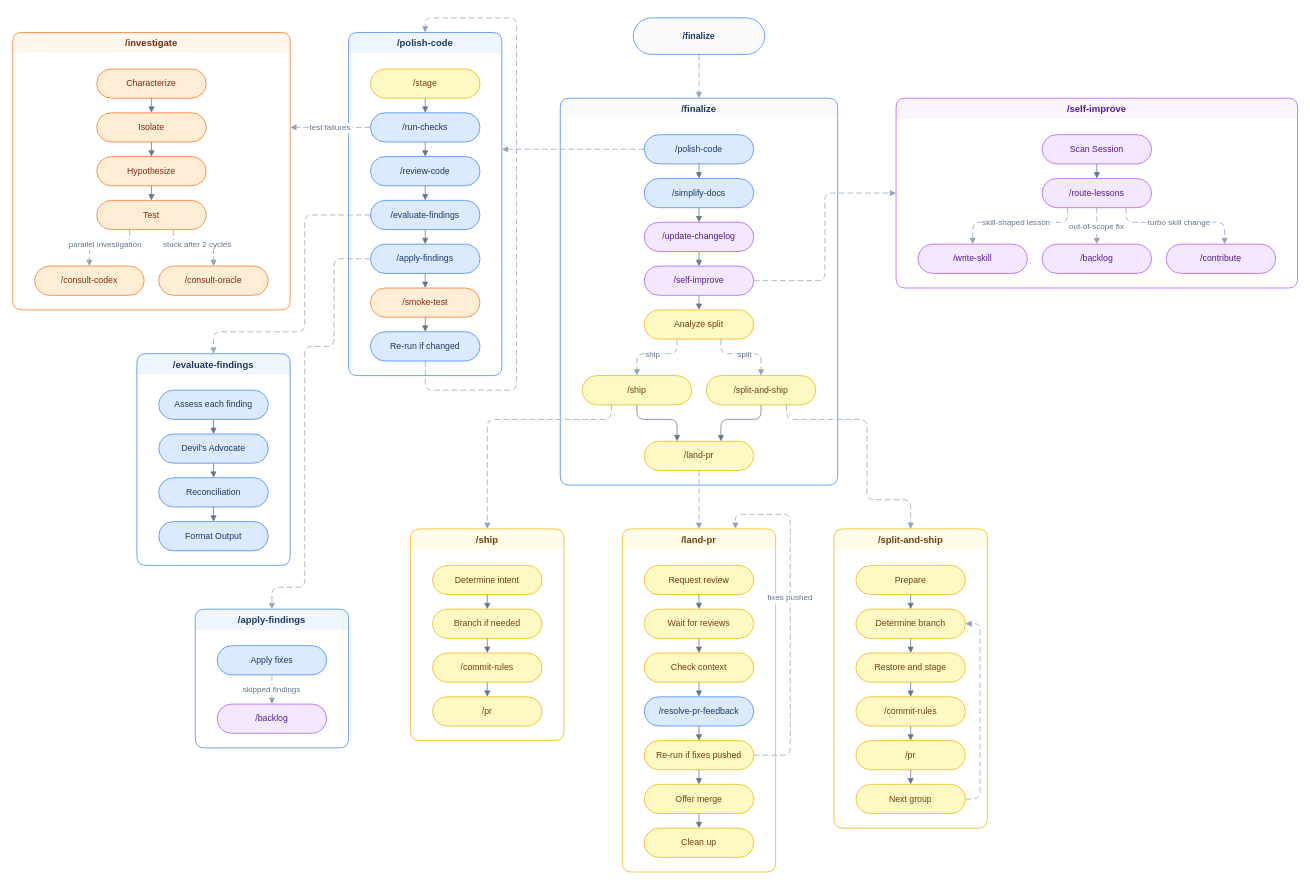
Before: assets/how-finalize-connects.drawio in tobihagemann/turbo, a draw.io diagram. Source tidied: cells renumbered, new cells numbered last; positions are measured from the earlier drawing's top-left corner, leaving out a move shared by most shapes. Both pictures are drawn from the tidied source at 73%, with x=0, y=0 at pixel (12, 18).
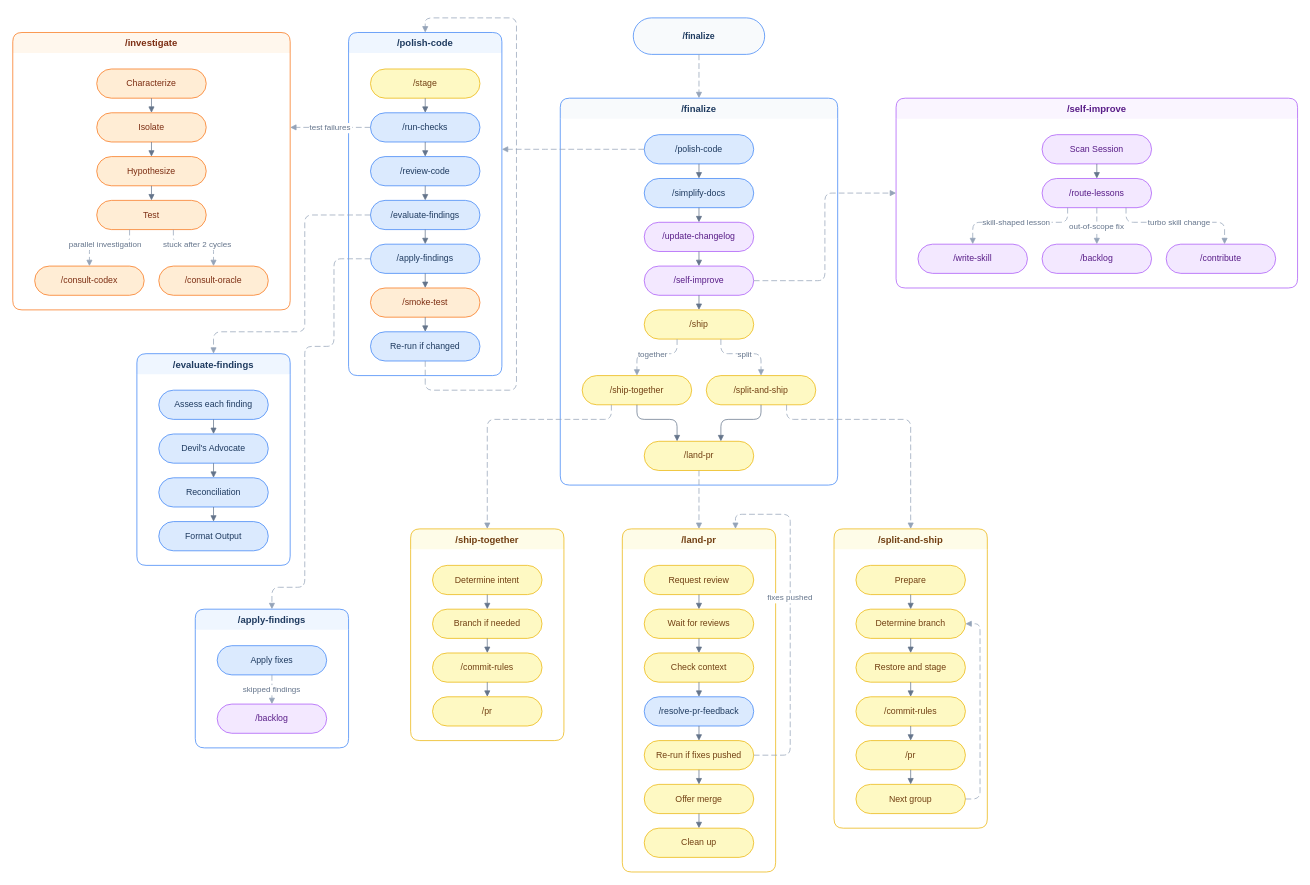
After the change.

The change refers to these unchanged cells:
```xml
<mxCell id="4" value="/finalize" style="swimlane;startSize=28;rounded=1;fillColor=#f8fafc;strokeColor=#3b82f6;fontColor=#1e3a5f;fontStyle=1;fontSize=13;swimlaneLine=0;" parent="1" vertex="1">
  <mxGeometry x="750" y="110" width="380" height="530" as="geometry" />
</mxCell>
<mxCell id="11" value="/split-and-ship" style="rounded=1;whiteSpace=wrap;html=1;arcSize=50;fillColor=#fef9c3;strokeColor=#eab308;fontColor=#713f12;fontSize=12;" parent="4" vertex="1">
  <mxGeometry x="200" y="380" width="150" height="40" as="geometry" />
</mxCell>
<mxCell id="78" value="/split-and-ship" style="swimlane;startSize=28;rounded=1;fillColor=#fefce8;strokeColor=#eab308;fontColor=#713f12;fontStyle=1;fontSize=13;swimlaneLine=0;" parent="1" vertex="1">
  <mxGeometry x="1125" y="700" width="210" height="410" as="geometry" />
</mxCell>
```

The edit, as a diff of the source:
```diff
@@
-    <mxCell id="9" value="Analyze split" style="rounded=1;whiteSpace=wrap;html=1;arcSize=50;fillColor=#fef9c3;strokeColor=#eab308;fontColor=#713f12;fontSize=12;" parent="4" vertex="1">
+    <mxCell id="9" value="/ship" style="rounded=1;whiteSpace=wrap;html=1;arcSize=50;fillColor=#fef9c3;strokeColor=#eab308;fontColor=#713f12;fontSize=12;" parent="4" vertex="1">
       <mxGeometry x="115" y="290" width="150" height="40" as="geometry" />
     </mxCell>
-    <mxCell id="10" value="/ship" style="rounded=1;whiteSpace=wrap;html=1;arcSize=50;fillColor=#fef9c3;strokeColor=#eab308;fontColor=#713f12;fontSize=12;" parent="4" vertex="1">
+    <mxCell id="10" value="/ship-together" style="rounded=1;whiteSpace=wrap;html=1;arcSize=50;fillColor=#fef9c3;strokeColor=#eab308;fontColor=#713f12;fontSize=12;" parent="4" vertex="1">
       <mxGeometry x="30" y="380" width="150" height="40" as="geometry" />
     </mxCell>
@@
-    <mxCell id="16" value="ship" style="dashed=1;dashPattern=8 4;endArrow=block;endFill=1;rounded=1;edgeStyle=orthogonalEdgeStyle;strokeColor=#94a3b8;fontSize=11;fontColor=#64748b;" parent="4" edge="1" source="9" target="10">
+    <mxCell id="16" value="together" style="dashed=1;dashPattern=8 4;endArrow=block;endFill=1;rounded=1;edgeStyle=orthogonalEdgeStyle;strokeColor=#94a3b8;fontSize=11;fontColor=#64748b;" parent="4" edge="1" source="9" target="10">
       <mxGeometry relative="1" as="geometry">
         <Array as="points">
           <mxPoint x="160" y="350" />
           <mxPoint x="105" y="350" />
         </Array>
       </mxGeometry>
     </mxCell>
@@
-    <mxCell id="70" value="/ship" style="swimlane;startSize=28;rounded=1;fillColor=#fefce8;strokeColor=#eab308;fontColor=#713f12;fontStyle=1;fontSize=13;swimlaneLine=0;" parent="1" vertex="1">
+    <mxCell id="70" value="/ship-together" style="swimlane;startSize=28;rounded=1;fillColor=#fefce8;strokeColor=#eab308;fontColor=#713f12;fontStyle=1;fontSize=13;swimlaneLine=0;" parent="1" vertex="1">
       <mxGeometry x="545" y="700" width="210" height="290" as="geometry" />
     </mxCell>
@@
     <mxCell id="92" style="dashed=1;dashPattern=8 4;endArrow=block;endFill=1;rounded=1;edgeStyle=orthogonalEdgeStyle;strokeColor=#94a3b8;fontSize=11;fontColor=#64748b;" parent="1" edge="1" source="11" target="78">
       <mxGeometry x="-0.2" relative="1" as="geometry">
         <Array as="points">
           <mxPoint x="1060" y="550" />
-          <mxPoint x="1170" y="550" />
-          <mxPoint x="1170" y="660" />
-          <mxPoint x="1230" y="660" />
+          <mxPoint x="1230" y="550" />
         </Array>
       </mxGeometry>
     </mxCell>
```
